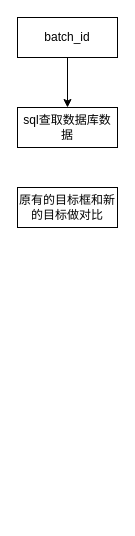
The draw.io diagram 数据标注.drawio in xiazi-yu/triton-server-read, before the edit. Source tidied: cells renumbered, new cells numbered last; positions are measured from the earlier drawing's top-left corner, leaving out a move shared by most shapes. Both pictures are drawn from the tidied source at 100%, with x=0, y=0 at pixel (17, 17).
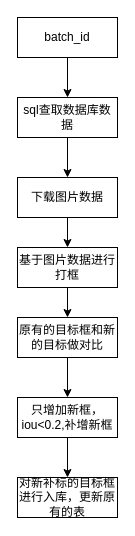
After the change.

Commit message:
更新数据标注.drawio

Change to the diagram source:
```diff
@@
 <mxGraphModel>
   <root>
     <mxCell id="0" />
     <mxCell id="1" parent="0" />
     <mxCell id="2" style="edgeStyle=orthogonalEdgeStyle;rounded=0;jettySize=auto;html=1;exitX=0.5;exitY=1;exitDx=0;exitDy=0;entryX=0.5;entryY=0;entryDx=0;entryDy=0;" parent="1" edge="1" source="3" target="4">
       <mxGeometry relative="1" as="geometry" />
     </mxCell>
     <mxCell id="3" value="batch_id" style="rounded=0;whiteSpace=wrap;html=1;" parent="1" vertex="1">
       <mxGeometry width="100" height="40" as="geometry" />
     </mxCell>
+    <mxCell id="6" style="edgeStyle=orthogonalEdgeStyle;rounded=0;jettySize=auto;html=1;" parent="1" edge="1" source="4" target="11">
+      <mxGeometry relative="1" as="geometry" />
+    </mxCell>
     <mxCell id="4" value="sql查取数据库数据" style="rounded=0;whiteSpace=wrap;html=1;" parent="1" vertex="1">
-      <mxGeometry y="90" width="100" height="40" as="geometry" />
+      <mxGeometry y="80" width="100" height="40" as="geometry" />
     </mxCell>
+    <mxCell id="7" style="edgeStyle=orthogonalEdgeStyle;rounded=0;jettySize=auto;html=1;" parent="1" edge="1" source="5" target="13">
+      <mxGeometry relative="1" as="geometry" />
+    </mxCell>
     <mxCell id="5" value="原有的目标框和新的目标做对比" style="rounded=0;whiteSpace=wrap;html=1;" parent="1" vertex="1">
-      <mxGeometry y="170" width="100" height="40" as="geometry" />
+      <mxGeometry y="300" width="100" height="40" as="geometry" />
     </mxCell>
+    <mxCell id="8" style="edgeStyle=orthogonalEdgeStyle;rounded=0;jettySize=auto;html=1;exitX=0.5;exitY=1;exitDx=0;exitDy=0;entryX=0.5;entryY=0;entryDx=0;entryDy=0;" parent="1" edge="1" source="9" target="5">
+      <mxGeometry relative="1" as="geometry" />
+    </mxCell>
+    <mxCell id="9" value="基于图片数据进行打框" style="rounded=0;whiteSpace=wrap;html=1;" parent="1" vertex="1">
+      <mxGeometry y="230" width="100" height="40" as="geometry" />
+    </mxCell>
+    <mxCell id="10" style="edgeStyle=orthogonalEdgeStyle;rounded=0;jettySize=auto;html=1;" parent="1" edge="1" source="11" target="9">
+      <mxGeometry relative="1" as="geometry" />
+    </mxCell>
+    <mxCell id="11" value="下载图片数据" style="rounded=0;whiteSpace=wrap;html=1;" parent="1" vertex="1">
+      <mxGeometry y="160" width="100" height="40" as="geometry" />
+    </mxCell>
+    <mxCell id="12" style="edgeStyle=orthogonalEdgeStyle;rounded=0;jettySize=auto;html=1;" parent="1" edge="1" source="13" target="14">
+      <mxGeometry relative="1" as="geometry" />
+    </mxCell>
+    <mxCell id="13" value="只增加新框，iou&amp;lt;0.2,补增新框" style="rounded=0;whiteSpace=wrap;html=1;" parent="1" vertex="1">
+      <mxGeometry y="380" width="100" height="40" as="geometry" />
+    </mxCell>
+    <mxCell id="14" value="对新补标的目标框进行入库，更新原有的表" style="rounded=0;whiteSpace=wrap;html=1;" parent="1" vertex="1">
+      <mxGeometry y="460" width="100" height="40" as="geometry" />
+    </mxCell>
   </root>
 </mxGraphModel>
```
